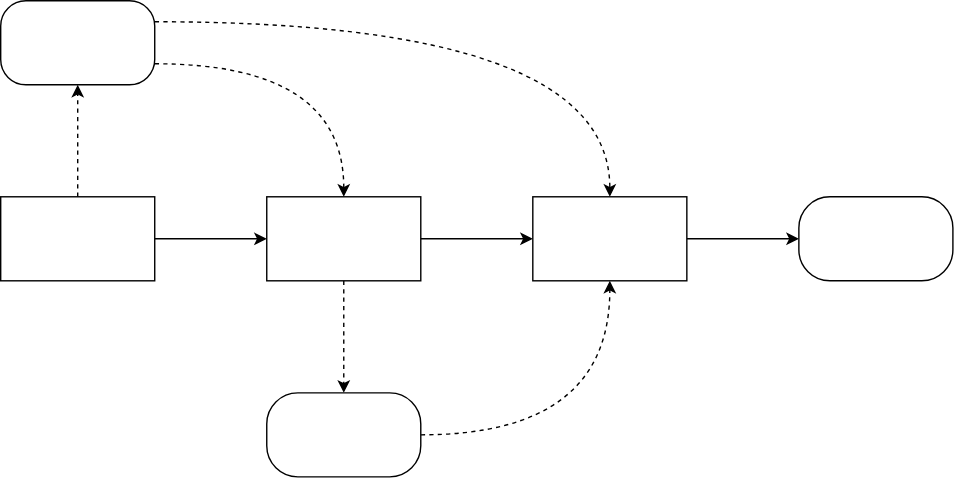
Before: graphics/vulkan/res/renderpass.drawio.svg, a diagram exported from draw.io (yslib/mynotes). Source tidied: cells renumbered, new cells last; positions are measured from the earlier drawing's top-left corner, leaving out a move shared by most shapes. Source of this version:
```xml
<mxGraphModel>
  <root>
    <mxCell id="0" />
    <mxCell id="1" parent="0" />
    <mxCell id="2" style="edgeStyle=orthogonalEdgeStyle;rounded=0;jettySize=auto;html=1;" parent="1" edge="1" source="4" target="10">
      <mxGeometry relative="1" as="geometry" />
    </mxCell>
    <mxCell id="3" style="edgeStyle=orthogonalEdgeStyle;rounded=0;jettySize=auto;html=1;dashed=1;" parent="1" edge="1" source="4" target="7">
      <mxGeometry relative="1" as="geometry" />
    </mxCell>
    <mxCell id="4" style="rounded=0;whiteSpace=wrap;html=1;" parent="1" vertex="1">
      <mxGeometry y="140" width="110" height="60" as="geometry" />
    </mxCell>
    <mxCell id="5" style="edgeStyle=orthogonalEdgeStyle;rounded=1;jettySize=auto;html=1;exitX=1;exitY=0.75;exitDx=0;exitDy=0;entryX=0.5;entryY=0;entryDx=0;entryDy=0;strokeWidth=1;curved=1;dashed=1;" parent="1" edge="1" source="7" target="10">
      <mxGeometry relative="1" as="geometry" />
    </mxCell>
    <mxCell id="6" style="edgeStyle=orthogonalEdgeStyle;curved=1;rounded=1;jettySize=auto;html=1;exitX=1;exitY=0.25;exitDx=0;exitDy=0;dashed=1;strokeWidth=1;" parent="1" edge="1" source="7" target="14">
      <mxGeometry relative="1" as="geometry" />
    </mxCell>
    <mxCell id="7" style="rounded=1;whiteSpace=wrap;html=1;arcSize=30;" parent="1" vertex="1">
      <mxGeometry width="110" height="60" as="geometry" />
    </mxCell>
    <mxCell id="8" style="edgeStyle=orthogonalEdgeStyle;rounded=0;jettySize=auto;html=1;" parent="1" edge="1" source="10" target="14">
      <mxGeometry relative="1" as="geometry" />
    </mxCell>
    <mxCell id="9" style="edgeStyle=orthogonalEdgeStyle;rounded=0;jettySize=auto;html=1;dashed=1;" parent="1" edge="1" source="10" target="12">
      <mxGeometry relative="1" as="geometry" />
    </mxCell>
    <mxCell id="10" style="rounded=0;whiteSpace=wrap;html=1;" parent="1" vertex="1">
      <mxGeometry x="190" y="140" width="110" height="60" as="geometry" />
    </mxCell>
    <mxCell id="11" style="edgeStyle=orthogonalEdgeStyle;curved=1;rounded=1;jettySize=auto;html=1;exitX=1;exitY=0.5;exitDx=0;exitDy=0;entryX=0.5;entryY=1;entryDx=0;entryDy=0;dashed=1;strokeWidth=1;" parent="1" edge="1" source="12" target="14">
      <mxGeometry relative="1" as="geometry" />
    </mxCell>
    <mxCell id="12" style="rounded=1;whiteSpace=wrap;html=1;arcSize=37;" parent="1" vertex="1">
      <mxGeometry x="190" y="280" width="110" height="60" as="geometry" />
    </mxCell>
    <mxCell id="13" style="edgeStyle=orthogonalEdgeStyle;rounded=0;jettySize=auto;html=1;" parent="1" edge="1" source="14" target="15">
      <mxGeometry relative="1" as="geometry" />
    </mxCell>
    <mxCell id="14" style="rounded=0;whiteSpace=wrap;html=1;" parent="1" vertex="1">
      <mxGeometry x="380" y="140" width="110" height="60" as="geometry" />
    </mxCell>
    <mxCell id="15" style="rounded=1;whiteSpace=wrap;html=1;arcSize=37;" parent="1" vertex="1">
      <mxGeometry x="570" y="140" width="110" height="60" as="geometry" />
    </mxCell>
  </root>
</mxGraphModel>
```
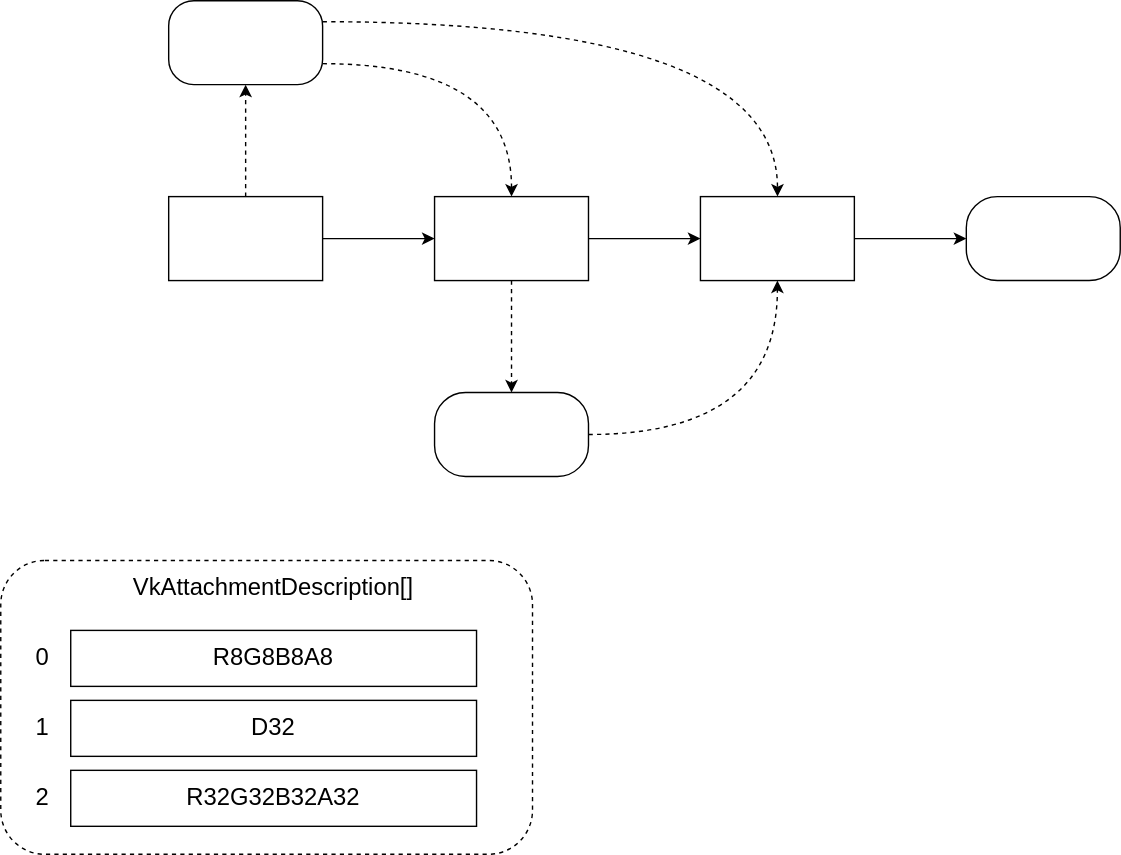
The same diagram one commit later.

Diff of the diagram source:
```diff
@@ -2,6 +2,9 @@
   <root>
     <mxCell id="0" />
     <mxCell id="1" parent="0" />
+    <mxCell id="16" style="rounded=1;whiteSpace=wrap;html=1;dashed=1;fillColor=none;" parent="1" vertex="1">
+      <mxGeometry x="-120" y="400" width="380" height="210" as="geometry" />
+    </mxCell>
     <mxCell id="2" style="edgeStyle=orthogonalEdgeStyle;rounded=0;jettySize=auto;html=1;" parent="1" edge="1" source="4" target="10">
       <mxGeometry relative="1" as="geometry" />
     </mxCell>
@@ -44,5 +47,35 @@
     <mxCell id="15" style="rounded=1;whiteSpace=wrap;html=1;arcSize=37;" parent="1" vertex="1">
       <mxGeometry x="570" y="140" width="110" height="60" as="geometry" />
     </mxCell>
+    <mxCell id="17" value="VkAttachmentDescription[]" style="text;html=1;strokeColor=none;fillColor=none;align=center;verticalAlign=middle;whiteSpace=wrap;rounded=0;dashed=1;fontSize=17;" parent="1" vertex="1">
+      <mxGeometry x="-40" y="410" width="230" height="20" as="geometry" />
+    </mxCell>
+    <mxCell id="18" style="group;" parent="1" vertex="1">
+      <mxGeometry x="-110" y="450" width="330" height="40" as="geometry" />
+    </mxCell>
+    <mxCell id="19" value="R8G8B8A8" style="rounded=0;whiteSpace=wrap;html=1;fillColor=none;fontSize=17;" parent="18" vertex="1">
+      <mxGeometry x="40" width="290" height="40" as="geometry" />
+    </mxCell>
+    <mxCell id="20" value="0" style="text;html=1;strokeColor=none;fillColor=none;align=center;verticalAlign=middle;whiteSpace=wrap;rounded=0;fontSize=17;" parent="18" vertex="1">
+      <mxGeometry width="40" height="40" as="geometry" />
+    </mxCell>
+    <mxCell id="21" style="group;" parent="1" vertex="1">
+      <mxGeometry x="-110" y="500" width="330" height="40" as="geometry" />
+    </mxCell>
+    <mxCell id="22" value="D32" style="rounded=0;whiteSpace=wrap;html=1;fillColor=none;fontSize=17;" parent="21" vertex="1">
+      <mxGeometry x="40" width="290" height="40" as="geometry" />
+    </mxCell>
+    <mxCell id="23" value="1" style="text;html=1;strokeColor=none;fillColor=none;align=center;verticalAlign=middle;whiteSpace=wrap;rounded=0;fontSize=17;" parent="21" vertex="1">
+      <mxGeometry width="40" height="40" as="geometry" />
+    </mxCell>
+    <mxCell id="24" style="group;" parent="1" vertex="1">
+      <mxGeometry x="-110" y="550" width="330" height="40" as="geometry" />
+    </mxCell>
+    <mxCell id="25" value="R32G32B32A32" style="rounded=0;whiteSpace=wrap;html=1;fillColor=none;fontSize=17;" parent="24" vertex="1">
+      <mxGeometry x="40" width="290" height="40" as="geometry" />
+    </mxCell>
+    <mxCell id="26" value="2" style="text;html=1;strokeColor=none;fillColor=none;align=center;verticalAlign=middle;whiteSpace=wrap;rounded=0;fontSize=17;" parent="24" vertex="1">
+      <mxGeometry width="40" height="40" as="geometry" />
+    </mxCell>
   </root>
 </mxGraphModel>
```
